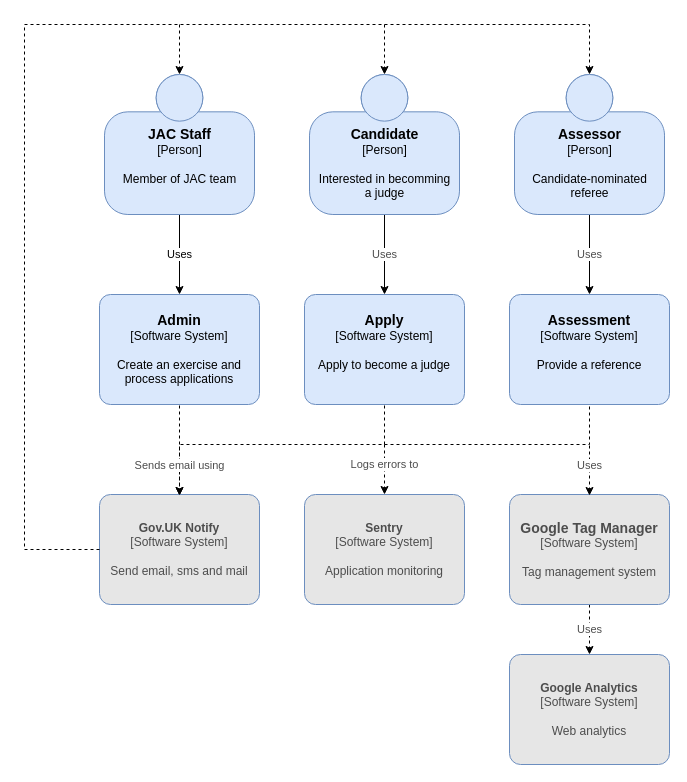
This is docs/jac-overview.drawio from jac-uk/documentation, a draw.io file, before an edit. Source tidied: cells renumbered, new cells numbered last; positions are measured from the earlier drawing's top-left corner, leaving out a move shared by most shapes. Both pictures are drawn from the tidied source at 100%, with x=0, y=0 at pixel (24, 24).
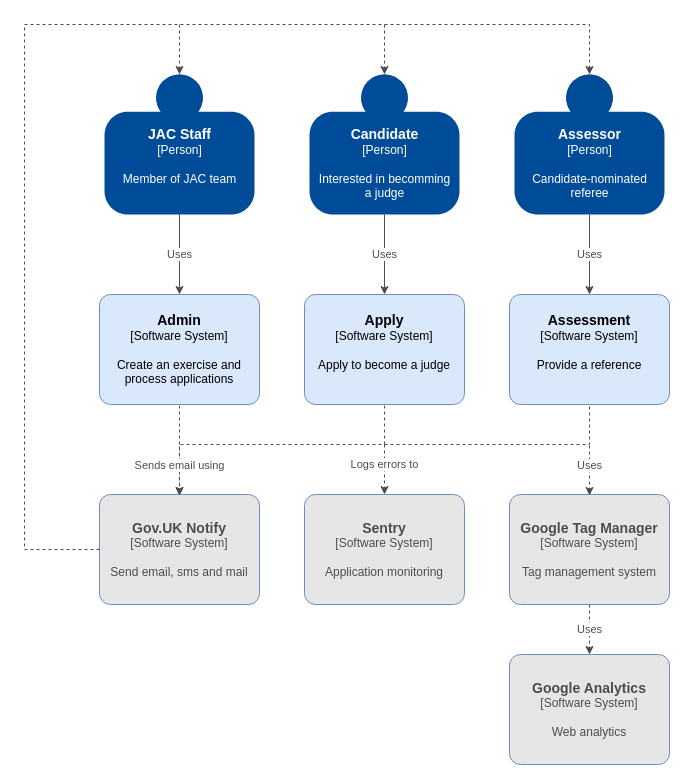
The same page after the edit.

Unchanged cells that the change refers to:
```xml
<mxCell id="9" value="&lt;font size=&quot;1&quot;&gt;&lt;b style=&quot;font-size: 14px&quot;&gt;Admin&lt;/b&gt;&lt;/font&gt;&lt;div&gt;[Software System]&lt;/div&gt;&lt;br&gt;&lt;div&gt;Create an exercise and process applications&lt;br&gt;&lt;/div&gt;" style="rounded=1;whiteSpace=wrap;html=1;labelBackgroundColor=none;fillColor=#dae8fc;fontColor=#000000;align=center;arcSize=10;strokeColor=#6c8ebf;points=[[0.25,0,0],[0.5,0,0],[0.75,0,0],[1,0.25,0],[1,0.5,0],[1,0.75,0],[0.75,1,0],[0.5,1,0],[0.25,1,0],[0,0.75,0],[0,0.5,0],[0,0.25,0]];" parent="1" vertex="1">
  <mxGeometry x="75" y="270" width="160" height="110" as="geometry" />
</mxCell>
<mxCell id="11" value="&lt;font size=&quot;1&quot;&gt;&lt;b style=&quot;font-size: 14px&quot;&gt;Apply&lt;/b&gt;&lt;/font&gt;&lt;div&gt;[Software System]&lt;/div&gt;&lt;br&gt;&lt;div&gt;Apply to become a judge&lt;/div&gt;&lt;div&gt;&lt;br&gt;&lt;/div&gt;" style="rounded=1;whiteSpace=wrap;html=1;labelBackgroundColor=none;fillColor=#dae8fc;fontColor=#000000;align=center;arcSize=10;strokeColor=#6c8ebf;points=[[0.25,0,0],[0.5,0,0],[0.75,0,0],[1,0.25,0],[1,0.5,0],[1,0.75,0],[0.75,1,0],[0.5,1,0],[0.25,1,0],[0,0.75,0],[0,0.5,0],[0,0.25,0]];" parent="1" vertex="1">
  <mxGeometry x="280" y="270" width="160" height="110" as="geometry" />
</mxCell>
<mxCell id="12" value="&lt;font size=&quot;1&quot;&gt;&lt;b style=&quot;font-size: 14px&quot;&gt;Assessment&lt;/b&gt;&lt;/font&gt;&lt;div&gt;[Software System]&lt;/div&gt;&lt;br&gt;&lt;div&gt;Provide a reference&lt;/div&gt;&lt;div&gt;&lt;br&gt;&lt;/div&gt;" style="rounded=1;whiteSpace=wrap;html=1;labelBackgroundColor=none;fillColor=#dae8fc;fontColor=#000000;align=center;arcSize=10;strokeColor=#6c8ebf;points=[[0.25,0,0],[0.5,0,0],[0.75,0,0],[1,0.25,0],[1,0.5,0],[1,0.75,0],[0.75,1,0],[0.5,1,0],[0.25,1,0],[0,0.75,0],[0,0.5,0],[0,0.25,0]];" parent="1" vertex="1">
  <mxGeometry x="485" y="270" width="160" height="110" as="geometry" />
</mxCell>
<mxCell id="22" value="&lt;font style=&quot;font-size: 14px&quot;&gt;&lt;b&gt;Google Tag Manager&lt;br&gt;&lt;/b&gt;&lt;/font&gt;&lt;div&gt;&lt;font style=&quot;font-size: 12px&quot;&gt;[&lt;/font&gt;Software System]&lt;/div&gt;&lt;br&gt;&lt;div&gt;Tag management system&lt;br&gt;&lt;/div&gt;" style="rounded=1;whiteSpace=wrap;html=1;labelBackgroundColor=none;align=center;arcSize=10;strokeColor=#6c8ebf;points=[[0.25,0,0],[0.5,0,0],[0.75,0,0],[1,0.25,0],[1,0.5,0],[1,0.75,0],[0.75,1,0],[0.5,1,0],[0.25,1,0],[0,0.75,0],[0,0.5,0],[0,0.25,0]];fillColor=#E6E6E6;fontColor=#4D4D4D;" parent="1" vertex="1">
  <mxGeometry x="485" y="470" width="160" height="110" as="geometry" />
</mxCell>
```

The edit, as a diff of the source:
```diff
@@
-    <mxCell id="2" value="Uses" style="edgeStyle=orthogonalEdgeStyle;rounded=0;jettySize=auto;html=1;" parent="1" edge="1" source="3" target="9">
+    <mxCell id="2" value="Uses" style="edgeStyle=orthogonalEdgeStyle;rounded=0;jettySize=auto;html=1;strokeColor=#4D4D4D;fontColor=#4D4D4D;" parent="1" edge="1" source="3" target="9">
       <mxGeometry relative="1" as="geometry" />
     </mxCell>
-    <mxCell id="3" value="&lt;div&gt;&lt;font size=&quot;1&quot;&gt;&lt;b style=&quot;font-size: 14px&quot;&gt;JAC Staff&lt;/b&gt;&lt;/font&gt;&lt;/div&gt;&lt;div&gt;[Person]&lt;b&gt;&lt;br&gt;&lt;/b&gt;&lt;/div&gt;&lt;div&gt;&lt;b&gt;&lt;br&gt;&lt;/b&gt;&lt;/div&gt;&lt;div&gt;Member of JAC team&lt;/div&gt;&lt;div&gt;&lt;b&gt;&lt;br&gt;&lt;/b&gt;&lt;/div&gt;" style="html=1;dashed=0;whitespace=wrap;fillColor=#DAE8FC;strokeColor=#6C8EBF;shape=mxgraph.c4.person;align=center;points=[[0.5,0,0],[1,0.5,0],[1,0.75,0],[0.75,1,0],[0.5,1,0],[0.25,1,0],[0,0.75,0],[0,0.5,0]];" parent="1" vertex="1">
+    <mxCell id="3" value="&lt;div&gt;&lt;font size=&quot;1&quot;&gt;&lt;b style=&quot;font-size: 14px&quot;&gt;JAC Staff&lt;/b&gt;&lt;/font&gt;&lt;/div&gt;&lt;div&gt;[Person]&lt;b&gt;&lt;br&gt;&lt;/b&gt;&lt;/div&gt;&lt;div&gt;&lt;b&gt;&lt;br&gt;&lt;/b&gt;&lt;/div&gt;&lt;div&gt;Member of JAC team&lt;/div&gt;&lt;div&gt;&lt;b&gt;&lt;br&gt;&lt;/b&gt;&lt;/div&gt;" style="html=1;dashed=0;whitespace=wrap;shape=mxgraph.c4.person;align=center;points=[[0.5,0,0],[1,0.5,0],[1,0.75,0],[0.75,1,0],[0.5,1,0],[0.25,1,0],[0,0.75,0],[0,0.5,0]];fillColor=#004C99;fontColor=#FFFFFF;strokeColor=none;" parent="1" vertex="1">
       <mxGeometry x="80" y="50" width="150" height="140" as="geometry" />
     </mxCell>
@@
-    <mxCell id="5" value="&lt;div&gt;Uses&lt;/div&gt;" style="edgeStyle=orthogonalEdgeStyle;rounded=0;jettySize=auto;html=1;fontColor=#4D4D4D;" parent="1" edge="1" source="6" target="11">
+    <mxCell id="5" value="&lt;div&gt;Uses&lt;/div&gt;" style="edgeStyle=orthogonalEdgeStyle;rounded=0;jettySize=auto;html=1;strokeColor=#4D4D4D;fontColor=#4D4D4D;" parent="1" edge="1" source="6" target="11">
       <mxGeometry relative="1" as="geometry" />
     </mxCell>
-    <mxCell id="6" value="&lt;div&gt;&lt;font size=&quot;1&quot;&gt;&lt;b style=&quot;font-size: 14px&quot;&gt;Candidate&lt;/b&gt;&lt;/font&gt;&lt;/div&gt;&lt;div&gt;[Person]&lt;b&gt;&lt;br&gt;&lt;/b&gt;&lt;/div&gt;&lt;div&gt;&lt;b&gt;&lt;br&gt;&lt;/b&gt;&lt;/div&gt;&lt;div&gt;Interested in becomming&lt;/div&gt;&lt;div&gt; a judge&lt;b&gt;&lt;br&gt;&lt;/b&gt;&lt;/div&gt;" style="html=1;dashed=0;whitespace=wrap;fillColor=#DAE8FC;strokeColor=#6C8EBF;shape=mxgraph.c4.person;align=center;points=[[0.5,0,0],[1,0.5,0],[1,0.75,0],[0.75,1,0],[0.5,1,0],[0.25,1,0],[0,0.75,0],[0,0.5,0]];" parent="1" vertex="1">
+    <mxCell id="6" value="&lt;div&gt;&lt;font size=&quot;1&quot;&gt;&lt;b style=&quot;font-size: 14px&quot;&gt;Candidate&lt;/b&gt;&lt;/font&gt;&lt;/div&gt;&lt;div&gt;[Person]&lt;b&gt;&lt;br&gt;&lt;/b&gt;&lt;/div&gt;&lt;div&gt;&lt;b&gt;&lt;br&gt;&lt;/b&gt;&lt;/div&gt;&lt;div&gt;Interested in becomming&lt;/div&gt;&lt;div&gt; a judge&lt;b&gt;&lt;br&gt;&lt;/b&gt;&lt;/div&gt;" style="html=1;dashed=0;whitespace=wrap;shape=mxgraph.c4.person;align=center;points=[[0.5,0,0],[1,0.5,0],[1,0.75,0],[0.75,1,0],[0.5,1,0],[0.25,1,0],[0,0.75,0],[0,0.5,0]];fillColor=#004C99;fontColor=#FFFFFF;strokeColor=none;" parent="1" vertex="1">
       <mxGeometry x="285" y="50" width="150" height="140" as="geometry" />
     </mxCell>
-    <mxCell id="7" value="&lt;div&gt;Uses&lt;/div&gt;" style="edgeStyle=orthogonalEdgeStyle;rounded=0;jettySize=auto;html=1;fontColor=#4D4D4D;" parent="1" edge="1" source="8" target="12">
+    <mxCell id="7" value="&lt;div&gt;Uses&lt;/div&gt;" style="edgeStyle=orthogonalEdgeStyle;rounded=0;jettySize=auto;html=1;strokeColor=#4D4D4D;fontColor=#4D4D4D;" parent="1" edge="1" source="8" target="12">
       <mxGeometry relative="1" as="geometry" />
     </mxCell>
-    <mxCell id="8" value="&lt;div&gt;&lt;font size=&quot;1&quot;&gt;&lt;b style=&quot;font-size: 14px&quot;&gt;Assessor&lt;/b&gt;&lt;/font&gt;&lt;/div&gt;&lt;div&gt;[Person]&lt;b&gt;&lt;br&gt;&lt;/b&gt;&lt;/div&gt;&lt;div&gt;&lt;b&gt;&lt;br&gt;&lt;/b&gt;&lt;/div&gt;&lt;div&gt;Candidate-nominated &lt;br&gt;&lt;/div&gt;&lt;div&gt;referee&lt;b&gt;&lt;br&gt;&lt;/b&gt;&lt;/div&gt;" style="html=1;dashed=0;whitespace=wrap;fillColor=#DAE8FC;strokeColor=#6C8EBF;shape=mxgraph.c4.person;align=center;points=[[0.5,0,0],[1,0.5,0],[1,0.75,0],[0.75,1,0],[0.5,1,0],[0.25,1,0],[0,0.75,0],[0,0.5,0]];" parent="1" vertex="1">
+    <mxCell id="8" value="&lt;div&gt;&lt;font size=&quot;1&quot;&gt;&lt;b style=&quot;font-size: 14px&quot;&gt;Assessor&lt;/b&gt;&lt;/font&gt;&lt;/div&gt;&lt;div&gt;[Person]&lt;b&gt;&lt;br&gt;&lt;/b&gt;&lt;/div&gt;&lt;div&gt;&lt;b&gt;&lt;br&gt;&lt;/b&gt;&lt;/div&gt;&lt;div&gt;Candidate-nominated &lt;br&gt;&lt;/div&gt;&lt;div&gt;referee&lt;b&gt;&lt;br&gt;&lt;/b&gt;&lt;/div&gt;" style="html=1;dashed=0;whitespace=wrap;shape=mxgraph.c4.person;align=center;points=[[0.5,0,0],[1,0.5,0],[1,0.75,0],[0.75,1,0],[0.5,1,0],[0.25,1,0],[0,0.75,0],[0,0.5,0]];fillColor=#004C99;fontColor=#FFFFFF;strokeColor=none;" parent="1" vertex="1">
       <mxGeometry x="490" y="50" width="150" height="140" as="geometry" />
     </mxCell>
@@
-    <mxCell id="10" style="edgeStyle=orthogonalEdgeStyle;rounded=0;orthogonalLoop=1;jettySize=auto;html=1;fontColor=#4D4D4D;entryX=0.5;entryY=0;entryDx=0;entryDy=0;entryPerimeter=0;dashed=1;" parent="1" edge="1">
+    <mxCell id="10" style="edgeStyle=orthogonalEdgeStyle;rounded=0;orthogonalLoop=1;jettySize=auto;html=1;entryX=0.5;entryY=0;entryDx=0;entryDy=0;entryPerimeter=0;dashed=1;strokeColor=#4D4D4D;fontColor=#4D4D4D;" parent="1" edge="1">
       <mxGeometry relative="1" as="geometry">
         <mxPoint x="360" y="381" as="sourcePoint" />
         <mxPoint x="155" y="471" as="targetPoint" />
         <Array as="points">
           <mxPoint x="360" y="420" />
           <mxPoint x="155" y="420" />
         </Array>
       </mxGeometry>
     </mxCell>
@@
-    <mxCell id="13" value="&lt;b&gt;Gov.UK Notify&lt;br&gt;&lt;/b&gt;&lt;div&gt;[Software System]&lt;/div&gt;&lt;br&gt;&lt;div&gt;Send email, sms and mail&lt;br&gt;&lt;/div&gt;" style="rounded=1;whiteSpace=wrap;html=1;labelBackgroundColor=none;align=center;arcSize=10;strokeColor=#6c8ebf;points=[[0.25,0,0],[0.5,0,0],[0.75,0,0],[1,0.25,0],[1,0.5,0],[1,0.75,0],[0.75,1,0],[0.5,1,0],[0.25,1,0],[0,0.75,0],[0,0.5,0],[0,0.25,0]];fillColor=#E6E6E6;fontColor=#4D4D4D;" parent="1" vertex="1">
+    <mxCell id="13" value="&lt;b style=&quot;font-size: 14px&quot;&gt;Gov.UK Notify&lt;br&gt;&lt;/b&gt;&lt;div&gt;[Software System]&lt;/div&gt;&lt;br&gt;&lt;div&gt;Send email, sms and mail&lt;br&gt;&lt;/div&gt;" style="rounded=1;whiteSpace=wrap;html=1;labelBackgroundColor=none;align=center;arcSize=10;strokeColor=#6c8ebf;points=[[0.25,0,0],[0.5,0,0],[0.75,0,0],[1,0.25,0],[1,0.5,0],[1,0.75,0],[0.75,1,0],[0.5,1,0],[0.25,1,0],[0,0.75,0],[0,0.5,0],[0,0.25,0]];fillColor=#E6E6E6;fontColor=#4D4D4D;" parent="1" vertex="1">
       <mxGeometry x="75" y="470" width="160" height="110" as="geometry" />
     </mxCell>
-    <mxCell id="14" style="endArrow=none;html=1;fontColor=#4D4D4D;entryX=0.5;entryY=1;entryDx=0;entryDy=0;entryPerimeter=0;rounded=0;dashed=1;" parent="1" edge="1" target="12">
+    <mxCell id="14" style="endArrow=none;html=1;entryX=0.5;entryY=1;entryDx=0;entryDy=0;entryPerimeter=0;rounded=0;dashed=1;strokeColor=#4D4D4D;fontColor=#4D4D4D;" parent="1" edge="1" target="12">
       <mxGeometry relative="1" as="geometry">
         <mxPoint x="360" y="420" as="sourcePoint" />
         <Array as="points">
           <mxPoint x="565" y="420" />
         </Array>
       </mxGeometry>
     </mxCell>
-    <mxCell id="15" value="Sends email using" style="edgeStyle=orthogonalEdgeStyle;rounded=0;orthogonalLoop=1;jettySize=auto;html=1;fontColor=#4D4D4D;dashed=1;" parent="1" edge="1">
+    <mxCell id="15" value="Sends email using" style="edgeStyle=orthogonalEdgeStyle;rounded=0;orthogonalLoop=1;jettySize=auto;html=1;dashed=1;strokeColor=#4D4D4D;fontColor=#4D4D4D;" parent="1" edge="1">
       <mxGeometry x="0.33" relative="1" as="geometry">
         <mxPoint x="155" y="381" as="sourcePoint" />
         <mxPoint x="155" y="471" as="targetPoint" />
       </mxGeometry>
     </mxCell>
-    <mxCell id="16" style="endArrow=classic;html=1;fontColor=#4D4D4D;edgeStyle=orthogonalEdgeStyle;rounded=0;exitX=0;exitY=0.5;exitDx=0;exitDy=0;exitPerimeter=0;entryX=0.5;entryY=0;entryDx=0;entryDy=0;entryPerimeter=0;dashed=1;" parent="1" edge="1" source="13" target="8">
+    <mxCell id="16" style="endArrow=classic;html=1;edgeStyle=orthogonalEdgeStyle;rounded=0;exitX=0;exitY=0.5;exitDx=0;exitDy=0;exitPerimeter=0;entryX=0.5;entryY=0;entryDx=0;entryDy=0;entryPerimeter=0;dashed=1;strokeColor=#4D4D4D;fontColor=#4D4D4D;" parent="1" edge="1" source="13" target="8">
       <mxGeometry relative="1" as="geometry">
         <Array as="points">
           <mxPoint y="525" />
           <mxPoint />
           <mxPoint x="565" />
         </Array>
       </mxGeometry>
     </mxCell>
-    <mxCell id="17" style="endArrow=classic;html=1;dashed=1;fontColor=#4D4D4D;rounded=0;entryX=0.5;entryY=0;entryDx=0;entryDy=0;entryPerimeter=0;" parent="1" edge="1" target="6">
+    <mxCell id="17" style="endArrow=classic;html=1;dashed=1;rounded=0;entryX=0.5;entryY=0;entryDx=0;entryDy=0;entryPerimeter=0;strokeColor=#4D4D4D;fontColor=#4D4D4D;" parent="1" edge="1" target="6">
       <mxGeometry relative="1" as="geometry">
         <mxPoint x="360" as="sourcePoint" />
       </mxGeometry>
     </mxCell>
-    <mxCell id="18" style="endArrow=classic;html=1;dashed=1;fontColor=#4D4D4D;rounded=0;entryX=0.5;entryY=0;entryDx=0;entryDy=0;entryPerimeter=0;" parent="1" edge="1">
+    <mxCell id="18" style="endArrow=classic;html=1;dashed=1;rounded=0;entryX=0.5;entryY=0;entryDx=0;entryDy=0;entryPerimeter=0;strokeColor=#4D4D4D;fontColor=#4D4D4D;" parent="1" edge="1">
       <mxGeometry relative="1" as="geometry">
         <mxPoint x="155" as="sourcePoint" />
         <mxPoint x="155" y="50" as="targetPoint" />
       </mxGeometry>
     </mxCell>
-    <mxCell id="19" value="&lt;b&gt;Sentry&lt;br&gt;&lt;/b&gt;&lt;div&gt;[Software System]&lt;/div&gt;&lt;br&gt;&lt;div&gt;Application monitoring&lt;br&gt;&lt;/div&gt;" style="rounded=1;whiteSpace=wrap;html=1;labelBackgroundColor=none;align=center;arcSize=10;strokeColor=#6c8ebf;fillColor=#E6E6E6;fontColor=#4D4D4D;" parent="1" vertex="1">
+    <mxCell id="19" value="&lt;b style=&quot;font-size: 14px&quot;&gt;Sentry&lt;br&gt;&lt;/b&gt;&lt;div&gt;[Software System]&lt;/div&gt;&lt;br&gt;&lt;div&gt;Application monitoring&lt;br&gt;&lt;/div&gt;" style="rounded=1;whiteSpace=wrap;html=1;labelBackgroundColor=none;align=center;arcSize=10;strokeColor=#6c8ebf;fillColor=#E6E6E6;fontColor=#4D4D4D;" parent="1" vertex="1">
       <mxGeometry x="280" y="470" width="160" height="110" as="geometry" />
     </mxCell>
-    <mxCell id="20" value="Logs errors to" style="endArrow=classic;html=1;dashed=1;fontColor=#4D4D4D;rounded=0;entryX=0.5;entryY=0;entryDx=0;entryDy=0;entryPerimeter=0;" parent="1" edge="1">
+    <mxCell id="20" value="Logs errors to" style="endArrow=classic;html=1;dashed=1;rounded=0;entryX=0.5;entryY=0;entryDx=0;entryDy=0;entryPerimeter=0;strokeColor=#4D4D4D;fontColor=#4D4D4D;" parent="1" edge="1">
       <mxGeometry x="-0.2" relative="1" as="geometry">
         <mxPoint x="360" y="420" as="sourcePoint" />
         <mxPoint x="360" y="470" as="targetPoint" />
       </mxGeometry>
     </mxCell>
-    <mxCell id="21" value="&lt;div&gt;Uses&lt;/div&gt;" style="edgeStyle=orthogonalEdgeStyle;rounded=0;jettySize=auto;html=1;dashed=1;endArrow=classic;endFill=1;fontColor=#4D4D4D;" parent="1" edge="1" source="22" target="23">
+    <mxCell id="21" value="&lt;div&gt;Uses&lt;/div&gt;" style="edgeStyle=orthogonalEdgeStyle;rounded=0;jettySize=auto;html=1;dashed=1;endArrow=classic;endFill=1;strokeColor=#4D4D4D;fontColor=#4D4D4D;" parent="1" edge="1" source="22" target="23">
       <mxGeometry relative="1" as="geometry" />
     </mxCell>
@@
-    <mxCell id="23" value="&lt;b&gt;Google Analytics&lt;br&gt;&lt;/b&gt;&lt;div&gt;[Software System]&lt;/div&gt;&lt;br&gt;&lt;div&gt;Web analytics&lt;br&gt;&lt;/div&gt;" style="rounded=1;whiteSpace=wrap;html=1;labelBackgroundColor=none;align=center;arcSize=10;strokeColor=#6c8ebf;points=[[0.25,0,0],[0.5,0,0],[0.75,0,0],[1,0.25,0],[1,0.5,0],[1,0.75,0],[0.75,1,0],[0.5,1,0],[0.25,1,0],[0,0.75,0],[0,0.5,0],[0,0.25,0]];fillColor=#E6E6E6;fontColor=#4D4D4D;" parent="1" vertex="1">
+    <mxCell id="23" value="&lt;b style=&quot;font-size: 14px&quot;&gt;Google Analytics&lt;br&gt;&lt;/b&gt;&lt;div&gt;[Software System]&lt;/div&gt;&lt;br&gt;&lt;div&gt;Web analytics&lt;br&gt;&lt;/div&gt;" style="rounded=1;whiteSpace=wrap;html=1;labelBackgroundColor=none;align=center;arcSize=10;strokeColor=#6c8ebf;points=[[0.25,0,0],[0.5,0,0],[0.75,0,0],[1,0.25,0],[1,0.5,0],[1,0.75,0],[0.75,1,0],[0.5,1,0],[0.25,1,0],[0,0.75,0],[0,0.5,0],[0,0.25,0]];fillColor=#E6E6E6;fontColor=#4D4D4D;" parent="1" vertex="1">
       <mxGeometry x="485" y="630" width="160" height="110" as="geometry" />
     </mxCell>
-    <mxCell id="24" value="Uses" style="endArrow=classic;html=1;dashed=1;fontColor=#4D4D4D;rounded=0;entryX=0.5;entryY=0;entryDx=0;entryDy=0;entryPerimeter=0;" parent="1" edge="1">
+    <mxCell id="24" value="Uses" style="endArrow=classic;html=1;dashed=1;rounded=0;entryX=0.5;entryY=0;entryDx=0;entryDy=0;entryPerimeter=0;strokeColor=#4D4D4D;fontColor=#4D4D4D;" parent="1" edge="1">
       <mxGeometry x="-0.2" relative="1" as="geometry">
         <mxPoint x="565" y="421" as="sourcePoint" />
         <mxPoint x="565" y="471" as="targetPoint" />
       </mxGeometry>
     </mxCell>
```
